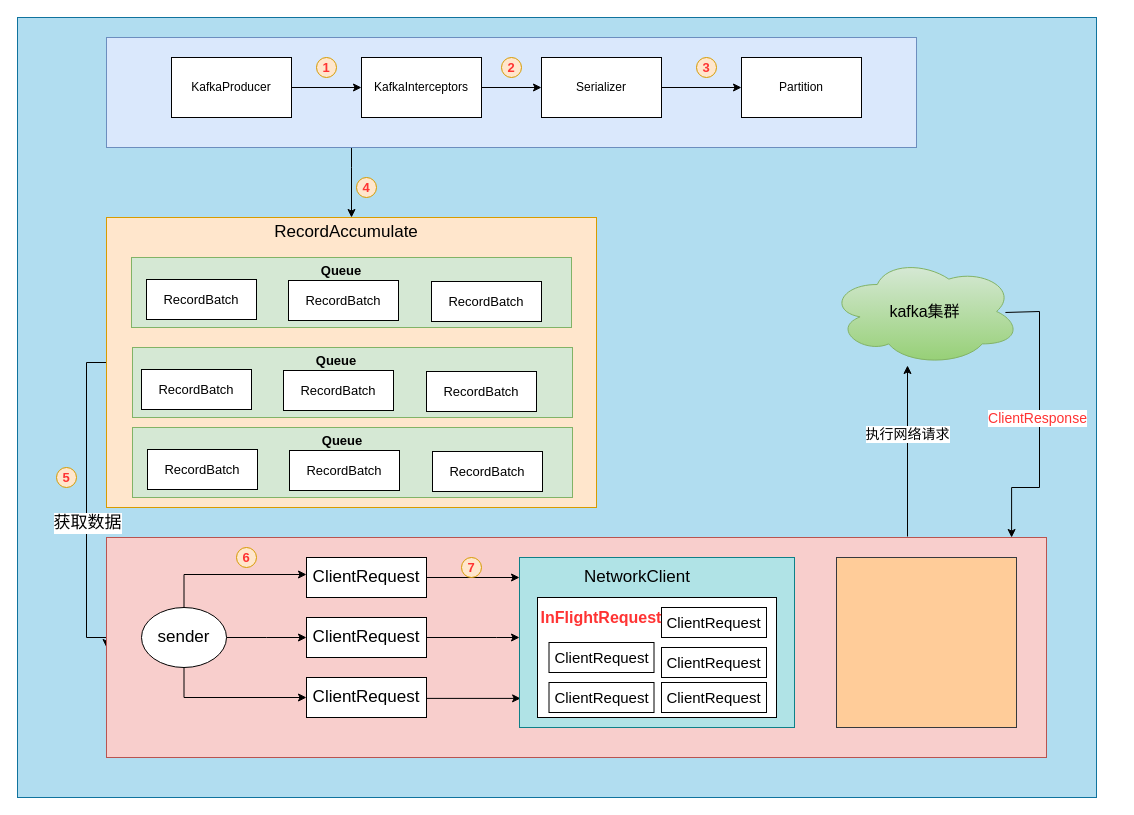
Above: kafka生产者核心流程.drawio in zaz5630/CRM (draw.io), before the change. Source tidied: cells renumbered, new cells numbered last; positions are measured from the earlier drawing's top-left corner, leaving out a move shared by most shapes. Both pictures are drawn from the tidied source at 100%, with x=0, y=0 at pixel (17, 17).
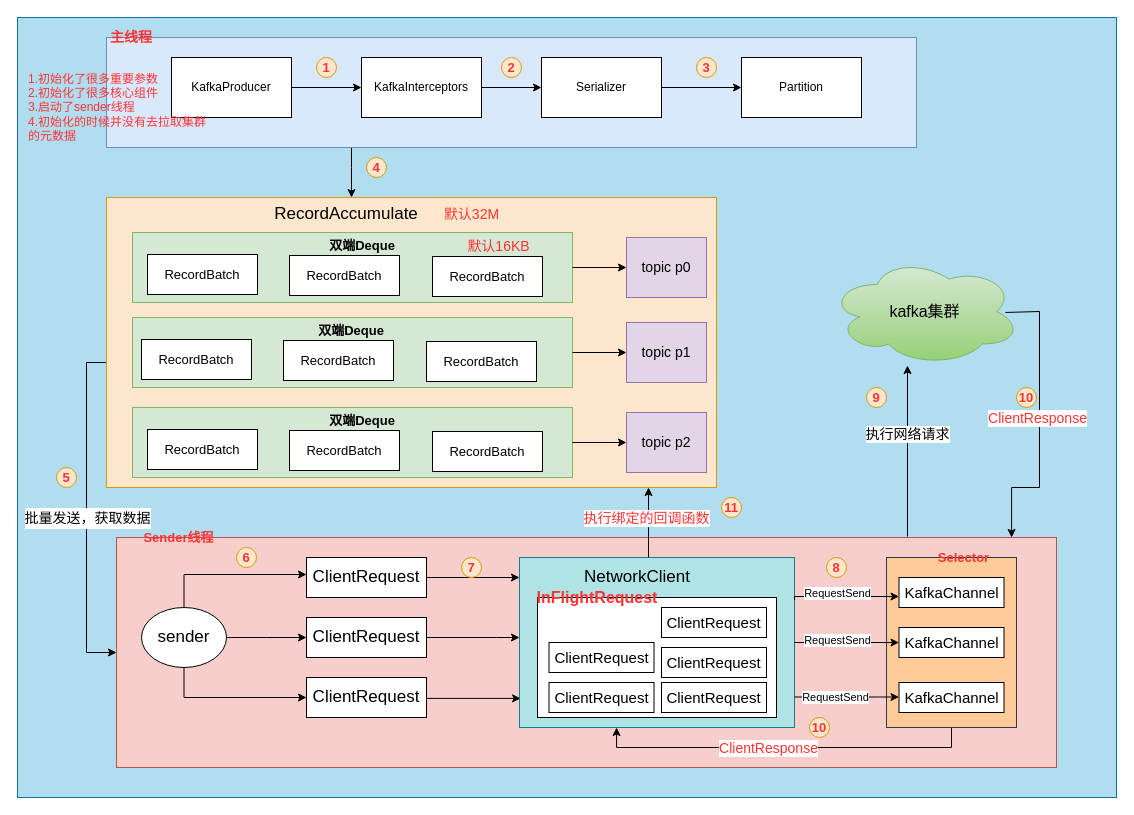
The same page after the edit.

Commit message:
更新kafka生产者核心流程.drawio

The change refers to these unchanged cells:
```xml
<mxCell id="19" style="rounded=0;whiteSpace=wrap;html=1;fontSize=13;fillColor=#d5e8d4;strokeColor=#82b366;" parent="18" vertex="1">
  <mxGeometry width="440" height="70" as="geometry" />
</mxCell>
<mxCell id="25" style="rounded=0;whiteSpace=wrap;html=1;fontSize=13;fillColor=#d5e8d4;strokeColor=#82b366;" parent="24" vertex="1">
  <mxGeometry x="6" width="440" height="70" as="geometry" />
</mxCell>
<mxCell id="31" style="rounded=0;whiteSpace=wrap;html=1;fontSize=13;fillColor=#d5e8d4;strokeColor=#82b366;" parent="30" vertex="1">
  <mxGeometry width="440" height="70" as="geometry" />
</mxCell>
<mxCell id="51" style="rounded=0;whiteSpace=wrap;html=1;fontSize=17;fillColor=#b0e3e6;strokeColor=#0e8088;" parent="1" vertex="1">
  <mxGeometry x="502" y="540" width="275" height="170" as="geometry" />
</mxCell>
```

The edit, as a diff of the source:
```diff
@@
     <mxCell id="2" style="rounded=0;whiteSpace=wrap;html=1;fontSize=16;fillColor=#b1ddf0;strokeColor=#10739e;" parent="1" vertex="1">
-      <mxGeometry width="1079" height="780" as="geometry" />
+      <mxGeometry width="1099" height="780" as="geometry" />
     </mxCell>
@@
     <mxCell id="15" style="edgeStyle=orthogonalEdgeStyle;rounded=0;jettySize=auto;html=1;fontSize=17;fontColor=#000000;entryX=0;entryY=0.5;entryDx=0;entryDy=0;" parent="1" edge="1" source="17" target="38">
       <mxGeometry relative="1" as="geometry">
         <Array as="points">
           <mxPoint x="69" y="345" />
-          <mxPoint x="69" y="620" />
+          <mxPoint x="69" y="635" />
         </Array>
       </mxGeometry>
     </mxCell>
-    <mxCell id="16" value="获取数据" style="edgeLabel;html=1;align=center;verticalAlign=middle;fontSize=17;fontColor=#000000;" parent="15" vertex="1">
+    <mxCell id="16" value="&lt;font style=&quot;font-size: 14px&quot;&gt;批量发送，获取数据&lt;/font&gt;" style="edgeLabel;html=1;align=center;verticalAlign=middle;fontSize=17;fontColor=#000000;" parent="15" vertex="1">
       <mxGeometry x="-0.07" relative="1" as="geometry">
-        <mxPoint y="29" as="offset" />
+        <mxPoint y="17" as="offset" />
       </mxGeometry>
     </mxCell>
     <mxCell id="17" style="rounded=0;whiteSpace=wrap;html=1;fontSize=13;fillColor=#ffe6cc;strokeColor=#d79b00;" parent="1" vertex="1">
-      <mxGeometry x="89" y="200" width="490" height="290" as="geometry" />
+      <mxGeometry x="89" y="180" width="610" height="290" as="geometry" />
     </mxCell>
     <mxCell id="18" style="group;" parent="1" vertex="1">
-      <mxGeometry x="114" y="240" width="440" height="70" as="geometry" />
+      <mxGeometry x="115" y="215" width="449" height="70" as="geometry" />
     </mxCell>
@@
-    <mxCell id="23" value="Queue" style="text;html=1;strokeColor=none;fillColor=none;align=center;verticalAlign=middle;whiteSpace=wrap;rounded=0;fontSize=13;fontStyle=1;" parent="18" vertex="1">
-      <mxGeometry x="190" y="3" width="40" height="20" as="geometry" />
+    <mxCell id="23" value="双端Deque" style="text;html=1;strokeColor=none;fillColor=none;align=center;verticalAlign=middle;whiteSpace=wrap;rounded=0;fontSize=13;fontStyle=1;" parent="18" vertex="1">
+      <mxGeometry x="190" y="3" width="80" height="20" as="geometry" />
     </mxCell>
+    <mxCell id="67" value="默认16KB" style="text;html=1;strokeColor=none;fillColor=none;align=center;verticalAlign=middle;whiteSpace=wrap;rounded=0;fontSize=14;fontColor=#FF3333;" parent="18" vertex="1">
+      <mxGeometry x="284" y="4" width="165" height="20" as="geometry" />
+    </mxCell>
     <mxCell id="24" style="group;" parent="1" vertex="1">
-      <mxGeometry x="109" y="330" width="440" height="70" as="geometry" />
+      <mxGeometry x="109" y="300" width="440" height="70" as="geometry" />
     </mxCell>
@@
-    <mxCell id="29" value="Queue" style="text;html=1;strokeColor=none;fillColor=none;align=center;verticalAlign=middle;whiteSpace=wrap;rounded=0;fontSize=13;fontStyle=1;" parent="24" vertex="1">
-      <mxGeometry x="190" y="3" width="40" height="20" as="geometry" />
+    <mxCell id="29" value="双端Deque" style="text;html=1;strokeColor=none;fillColor=none;align=center;verticalAlign=middle;whiteSpace=wrap;rounded=0;fontSize=13;fontStyle=1;" parent="24" vertex="1">
+      <mxGeometry x="190" y="3" width="70" height="20" as="geometry" />
     </mxCell>
     <mxCell id="30" style="group;" parent="1" vertex="1">
-      <mxGeometry x="115" y="410" width="440" height="70" as="geometry" />
+      <mxGeometry x="115" y="390" width="440" height="70" as="geometry" />
     </mxCell>
@@
-    <mxCell id="35" value="Queue" style="text;html=1;strokeColor=none;fillColor=none;align=center;verticalAlign=middle;whiteSpace=wrap;rounded=0;fontSize=13;fontStyle=1;" parent="30" vertex="1">
-      <mxGeometry x="190" y="3" width="40" height="20" as="geometry" />
+    <mxCell id="35" value="双端Deque" style="text;html=1;strokeColor=none;fillColor=none;align=center;verticalAlign=middle;whiteSpace=wrap;rounded=0;fontSize=13;fontStyle=1;" parent="30" vertex="1">
+      <mxGeometry x="190" y="3" width="80" height="20" as="geometry" />
     </mxCell>
     <mxCell id="36" value="RecordAccumulate" style="text;html=1;strokeColor=none;fillColor=none;align=center;verticalAlign=middle;whiteSpace=wrap;rounded=0;fontSize=17;fontColor=#000000;" parent="1" vertex="1">
-      <mxGeometry x="309" y="205" width="40" height="20" as="geometry" />
+      <mxGeometry x="309" y="187" width="40" height="20" as="geometry" />
     </mxCell>
     <mxCell id="37" value="4" style="ellipse;whiteSpace=wrap;html=1;fillColor=#ffe6cc;strokeColor=#d79b00;fontSize=13;fontStyle=1;fontColor=#FF3333;" parent="1" vertex="1">
-      <mxGeometry x="339" y="160" width="20" height="20" as="geometry" />
+      <mxGeometry x="349" y="140" width="20" height="20" as="geometry" />
     </mxCell>
     <mxCell id="38" style="rounded=0;whiteSpace=wrap;html=1;fontSize=17;fillColor=#f8cecc;strokeColor=#b85450;" parent="1" vertex="1">
-      <mxGeometry x="89" y="520" width="940" height="220" as="geometry" />
+      <mxGeometry x="99" y="520" width="940" height="230" as="geometry" />
     </mxCell>
@@
     <mxCell id="60" value="InFlightRequest" style="text;html=1;strokeColor=none;fillColor=none;align=center;verticalAlign=middle;whiteSpace=wrap;rounded=0;fontSize=16;fontColor=#FF3333;fontStyle=1;" parent="1" vertex="1">
-      <mxGeometry x="564" y="590" width="40" height="20" as="geometry" />
+      <mxGeometry x="560" y="570" width="40" height="20" as="geometry" />
     </mxCell>
+    <mxCell id="68" style="edgeStyle=orthogonalEdgeStyle;rounded=0;jettySize=auto;html=1;entryX=0.353;entryY=1;entryDx=0;entryDy=0;entryPerimeter=0;" parent="1" edge="1" source="61" target="51">
+      <mxGeometry relative="1" as="geometry">
+        <Array as="points">
+          <mxPoint x="934" y="730" />
+          <mxPoint x="599" y="730" />
+        </Array>
+      </mxGeometry>
+    </mxCell>
+    <mxCell id="69" value="&lt;font style=&quot;font-size: 14px&quot; color=&quot;#ff3333&quot;&gt;ClientResponse&lt;/font&gt;" style="edgeLabel;html=1;align=center;verticalAlign=middle;" parent="68" vertex="1">
+      <mxGeometry x="0.09" relative="1" as="geometry" />
+    </mxCell>
     <mxCell id="61" style="rounded=0;whiteSpace=wrap;html=1;fontSize=16;fillColor=#ffcc99;strokeColor=#36393d;" parent="1" vertex="1">
-      <mxGeometry x="819" y="540" width="180" height="170" as="geometry" />
+      <mxGeometry x="869" y="540" width="130" height="170" as="geometry" />
     </mxCell>
@@
+    <mxCell id="70" style="edgeStyle=orthogonalEdgeStyle;rounded=0;jettySize=auto;html=1;fontSize=17;fontColor=#000000;exitX=1;exitY=0.25;exitDx=0;exitDy=0;" parent="1" edge="1" source="51">
+      <mxGeometry relative="1" as="geometry">
+        <mxPoint x="881.5" y="579" as="targetPoint" />
+        <Array as="points">
+          <mxPoint x="777" y="579" />
+        </Array>
+      </mxGeometry>
+    </mxCell>
+    <mxCell id="71" value="RequestSend" style="edgeLabel;html=1;align=center;verticalAlign=middle;" parent="70" vertex="1">
+      <mxGeometry x="-0.44" relative="1" as="geometry">
+        <mxPoint x="15.5" y="-4" as="offset" />
+      </mxGeometry>
+    </mxCell>
+    <mxCell id="72" style="edgeStyle=orthogonalEdgeStyle;rounded=0;jettySize=auto;html=1;fontSize=17;fontColor=#000000;exitX=1;exitY=0.5;exitDx=0;exitDy=0;" parent="1" edge="1" source="51">
+      <mxGeometry relative="1" as="geometry">
+        <mxPoint x="881.5" y="625" as="targetPoint" />
+      </mxGeometry>
+    </mxCell>
+    <mxCell id="73" value="RequestSend" style="edgeLabel;html=1;align=center;verticalAlign=middle;" parent="72" vertex="1">
+      <mxGeometry x="-0.2" y="3" relative="1" as="geometry" />
+    </mxCell>
+    <mxCell id="74" style="edgeStyle=orthogonalEdgeStyle;rounded=0;jettySize=auto;html=1;fontSize=17;fontColor=#000000;" parent="1" edge="1" source="51">
+      <mxGeometry relative="1" as="geometry">
+        <mxPoint x="881.5" y="679.5" as="targetPoint" />
+        <Array as="points">
+          <mxPoint x="861" y="680" />
+        </Array>
+      </mxGeometry>
+    </mxCell>
+    <mxCell id="75" value="RequestSend" style="edgeLabel;html=1;align=center;verticalAlign=middle;" parent="74" vertex="1">
+      <mxGeometry x="0.61" y="44" relative="1" as="geometry">
+        <mxPoint x="-44" y="44" as="offset" />
+      </mxGeometry>
+    </mxCell>
+    <mxCell id="76" value="KafkaChannel" style="rounded=0;whiteSpace=wrap;html=1;fontSize=15;fontColor=#000000;" parent="1" vertex="1">
+      <mxGeometry x="881.5" y="560" width="105" height="30" as="geometry" />
+    </mxCell>
+    <mxCell id="77" value="KafkaChannel" style="rounded=0;whiteSpace=wrap;html=1;fontSize=15;fontColor=#000000;" parent="1" vertex="1">
+      <mxGeometry x="881.5" y="610" width="105" height="30" as="geometry" />
+    </mxCell>
+    <mxCell id="78" value="KafkaChannel" style="rounded=0;whiteSpace=wrap;html=1;fontSize=15;fontColor=#000000;" parent="1" vertex="1">
+      <mxGeometry x="881.5" y="665" width="105" height="30" as="geometry" />
+    </mxCell>
+    <mxCell id="79" value="8" style="ellipse;whiteSpace=wrap;html=1;fillColor=#ffe6cc;strokeColor=#d79b00;fontSize=13;fontStyle=1;fontColor=#FF3333;" parent="1" vertex="1">
+      <mxGeometry x="809" y="540" width="20" height="20" as="geometry" />
+    </mxCell>
+    <mxCell id="80" value="9" style="ellipse;whiteSpace=wrap;html=1;fillColor=#ffe6cc;strokeColor=#d79b00;fontSize=13;fontStyle=1;fontColor=#FF3333;" parent="1" vertex="1">
+      <mxGeometry x="849" y="370" width="20" height="20" as="geometry" />
+    </mxCell>
+    <mxCell id="81" value="10" style="ellipse;whiteSpace=wrap;html=1;fillColor=#ffe6cc;strokeColor=#d79b00;fontSize=13;fontStyle=1;fontColor=#FF3333;" parent="1" vertex="1">
+      <mxGeometry x="999" y="370" width="20" height="20" as="geometry" />
+    </mxCell>
+    <mxCell id="82" value="10" style="ellipse;whiteSpace=wrap;html=1;fillColor=#ffe6cc;strokeColor=#d79b00;fontSize=13;fontStyle=1;fontColor=#FF3333;" parent="1" vertex="1">
+      <mxGeometry x="792" y="700" width="20" height="20" as="geometry" />
+    </mxCell>
+    <mxCell id="83" style="edgeStyle=orthogonalEdgeStyle;rounded=0;orthogonalLoop=1;jettySize=auto;html=1;" parent="1" edge="1">
+      <mxGeometry relative="1" as="geometry">
+        <mxPoint x="631" y="540" as="sourcePoint" />
+        <mxPoint x="631" y="470" as="targetPoint" />
+        <Array as="points">
+          <mxPoint x="631" y="510" />
+          <mxPoint x="631" y="510" />
+        </Array>
+      </mxGeometry>
+    </mxCell>
+    <mxCell id="84" value="&lt;font style=&quot;font-size: 14px&quot; color=&quot;#ff3333&quot;&gt;执行绑定的回调函数&lt;/font&gt;" style="edgeLabel;html=1;align=center;verticalAlign=middle;" parent="83" vertex="1">
+      <mxGeometry x="-0.23" y="3" relative="1" as="geometry">
+        <mxPoint y="-13" as="offset" />
+      </mxGeometry>
+    </mxCell>
+    <mxCell id="85" value="11" style="ellipse;whiteSpace=wrap;html=1;fillColor=#ffe6cc;strokeColor=#d79b00;fontSize=13;fontStyle=1;fontColor=#FF3333;" parent="1" vertex="1">
+      <mxGeometry x="704" y="480" width="20" height="20" as="geometry" />
+    </mxCell>
+    <mxCell id="86" value="主线程" style="text;html=1;strokeColor=none;fillColor=none;align=center;verticalAlign=middle;whiteSpace=wrap;rounded=0;fontSize=14;fontStyle=1;fontColor=#FF3333;" parent="1" vertex="1">
+      <mxGeometry x="89" y="10" width="50" height="20" as="geometry" />
+    </mxCell>
+    <mxCell id="87" value="Sender线程" style="text;html=1;strokeColor=none;fillColor=none;align=center;verticalAlign=middle;whiteSpace=wrap;rounded=0;fontSize=13;fontColor=#FF3333;fontStyle=1;" parent="1" vertex="1">
+      <mxGeometry x="124" y="510" width="75" height="20" as="geometry" />
+    </mxCell>
+    <mxCell id="88" value="Selector" style="text;html=1;strokeColor=none;fillColor=none;align=center;verticalAlign=middle;whiteSpace=wrap;rounded=0;fontSize=13;fontColor=#FF3333;fontStyle=1;" parent="1" vertex="1">
+      <mxGeometry x="909" y="530" width="75" height="20" as="geometry" />
+    </mxCell>
+    <mxCell id="89" value="topic p0" style="rounded=0;whiteSpace=wrap;html=1;fontSize=14;fillColor=#e1d5e7;strokeColor=#9673a6;" parent="1" vertex="1">
+      <mxGeometry x="609" y="220" width="80" height="60" as="geometry" />
+    </mxCell>
+    <mxCell id="90" value="topic p1" style="rounded=0;whiteSpace=wrap;html=1;fontSize=14;fillColor=#e1d5e7;strokeColor=#9673a6;" parent="1" vertex="1">
+      <mxGeometry x="609" y="305" width="80" height="60" as="geometry" />
+    </mxCell>
+    <mxCell id="91" value="topic p2" style="rounded=0;whiteSpace=wrap;html=1;fontSize=14;fillColor=#e1d5e7;strokeColor=#9673a6;" parent="1" vertex="1">
+      <mxGeometry x="609" y="395" width="80" height="60" as="geometry" />
+    </mxCell>
+    <mxCell id="92" style="edgeStyle=orthogonalEdgeStyle;rounded=0;jettySize=auto;html=1;fontSize=14;fontColor=#FF3333;" parent="1" edge="1" source="19" target="89">
+      <mxGeometry relative="1" as="geometry" />
+    </mxCell>
+    <mxCell id="93" style="edgeStyle=orthogonalEdgeStyle;rounded=0;jettySize=auto;html=1;fontSize=14;fontColor=#FF3333;" parent="1" edge="1" source="25" target="90">
+      <mxGeometry relative="1" as="geometry" />
+    </mxCell>
+    <mxCell id="94" style="edgeStyle=orthogonalEdgeStyle;rounded=0;jettySize=auto;html=1;fontSize=14;fontColor=#FF3333;" parent="1" edge="1" source="31" target="91">
+      <mxGeometry relative="1" as="geometry" />
+    </mxCell>
+    <mxCell id="95" value="默认32M" style="text;html=1;strokeColor=none;fillColor=none;align=center;verticalAlign=middle;whiteSpace=wrap;rounded=0;fontSize=14;fontColor=#FF3333;" parent="1" vertex="1">
+      <mxGeometry x="371.5" y="187" width="165" height="20" as="geometry" />
+    </mxCell>
+    <mxCell id="96" value="1.初始化了很多重要参数&lt;br&gt;2.初始化了很多核心组件&lt;br&gt;3.启动了sender线程&lt;br&gt;&lt;div&gt;&lt;span&gt;4.初始化的时候并没有去拉取集群的元数据&lt;/span&gt;&lt;/div&gt;" style="text;html=1;strokeColor=none;fillColor=none;align=left;verticalAlign=middle;whiteSpace=wrap;rounded=0;fontSize=12;fontColor=#FF3333;" parent="1" vertex="1">
+      <mxGeometry x="9" y="80" width="180" height="20" as="geometry" />
+    </mxCell>
```
